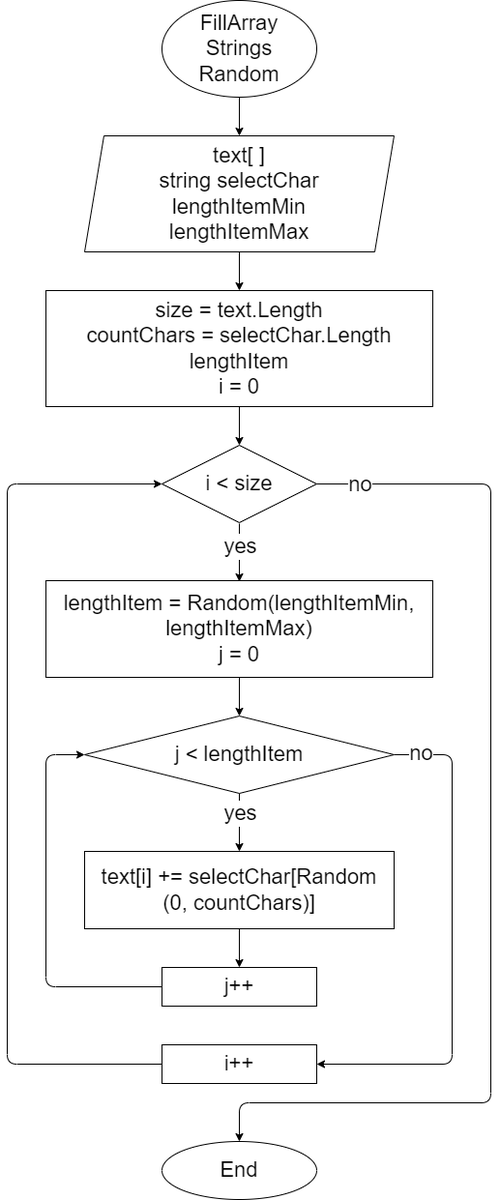
Nadezhda26m/JoinJob_1term_Final keeps this draw.io diagram as diagram.drawio.png. Above is the earlier version. Source tidied: cells renumbered, new cells last; positions are measured from the earlier drawing's top-left corner, leaving out a move shared by most shapes. The source it was exported from:
```xml
<mxGraphModel>
  <root>
    <mxCell id="0" />
    <mxCell id="1" parent="0" />
    <mxCell id="2" style="edgeStyle=none;html=1;entryX=0.5;entryY=0;entryDx=0;entryDy=0;fontSize=22;" parent="1" edge="1" source="3" target="19">
      <mxGeometry relative="1" as="geometry" />
    </mxCell>
    <mxCell id="3" value="FillArray&#10;Strings&#10;Random" style="ellipse;whiteSpace=wrap;fontSize=22;" parent="1" vertex="1">
      <mxGeometry x="160" width="160" height="100" as="geometry" />
    </mxCell>
    <mxCell id="4" style="edgeStyle=none;html=1;entryX=0.5;entryY=0;entryDx=0;entryDy=0;fontSize=22;" parent="1" edge="1" source="5" target="10">
      <mxGeometry relative="1" as="geometry" />
    </mxCell>
    <mxCell id="5" value="size = text.Length&#10;countChars = selectChar.Length&#10;lengthItem&#10;i = 0" style="rounded=0;whiteSpace=wrap;fontSize=22;" parent="1" vertex="1">
      <mxGeometry x="40" y="300" width="400" height="120" as="geometry" />
    </mxCell>
    <mxCell id="6" style="edgeStyle=none;html=1;entryX=0.5;entryY=0;entryDx=0;entryDy=0;fontSize=22;" parent="1" edge="1">
      <mxGeometry relative="1" as="geometry">
        <mxPoint x="240" y="541" as="sourcePoint" />
        <mxPoint x="240" y="601" as="targetPoint" />
      </mxGeometry>
    </mxCell>
    <mxCell id="7" value="yes" style="edgeLabel;html=1;align=center;verticalAlign=middle;fontSize=22;" parent="6" vertex="1">
      <mxGeometry x="-0.48" relative="1" as="geometry">
        <mxPoint y="7" as="offset" />
      </mxGeometry>
    </mxCell>
    <mxCell id="8" style="edgeStyle=none;html=1;entryX=0.5;entryY=0;entryDx=0;entryDy=0;fontSize=22;exitX=1;exitY=0.5;exitDx=0;exitDy=0;" parent="1" edge="1" source="10" target="24">
      <mxGeometry relative="1" as="geometry">
        <Array as="points">
          <mxPoint x="500" y="500" />
          <mxPoint x="500" y="1140" />
          <mxPoint x="240" y="1140" />
        </Array>
      </mxGeometry>
    </mxCell>
    <mxCell id="9" value="no" style="edgeLabel;html=1;align=center;verticalAlign=middle;fontSize=22;" parent="8" vertex="1">
      <mxGeometry x="-0.92" relative="1" as="geometry" />
    </mxCell>
    <mxCell id="10" value="i &lt; size" style="rhombus;whiteSpace=wrap;fontSize=22;" parent="1" vertex="1">
      <mxGeometry x="160" y="460" width="160" height="80" as="geometry" />
    </mxCell>
    <mxCell id="11" style="edgeStyle=none;html=1;entryX=0.5;entryY=0;entryDx=0;entryDy=0;fontSize=22;" parent="1" edge="1" source="12" target="15">
      <mxGeometry relative="1" as="geometry" />
    </mxCell>
    <mxCell id="12" value="lengthItem = Random(lengthItemMin, lengthItemMax)&#10;j = 0" style="rounded=0;whiteSpace=wrap;fontSize=22;" parent="1" vertex="1">
      <mxGeometry x="40" y="600" width="400" height="100" as="geometry" />
    </mxCell>
    <mxCell id="13" style="edgeStyle=none;html=1;entryX=0.5;entryY=0;entryDx=0;entryDy=0;fontSize=22;" parent="1" edge="1" source="15" target="17">
      <mxGeometry relative="1" as="geometry" />
    </mxCell>
    <mxCell id="14" style="edgeStyle=none;html=1;entryX=1;entryY=0.5;entryDx=0;entryDy=0;fontSize=22;exitX=1;exitY=0.5;exitDx=0;exitDy=0;" parent="1" edge="1" source="15" target="23">
      <mxGeometry relative="1" as="geometry">
        <Array as="points">
          <mxPoint x="460" y="780" />
          <mxPoint x="460" y="1100" />
        </Array>
      </mxGeometry>
    </mxCell>
    <mxCell id="15" value="j &lt; lengthItem" style="rhombus;whiteSpace=wrap;fontSize=22;" parent="1" vertex="1">
      <mxGeometry x="80" y="740" width="320" height="80" as="geometry" />
    </mxCell>
    <mxCell id="16" style="edgeStyle=none;html=1;entryX=0.5;entryY=0;entryDx=0;entryDy=0;fontSize=22;" parent="1" edge="1" source="17" target="21">
      <mxGeometry relative="1" as="geometry" />
    </mxCell>
    <mxCell id="17" value="text[i] += selectChar[Random&#10;(0, countChars)]" style="rounded=0;whiteSpace=wrap;fontSize=22;" parent="1" vertex="1">
      <mxGeometry x="80" y="880" width="320" height="80" as="geometry" />
    </mxCell>
    <mxCell id="18" style="edgeStyle=none;html=1;entryX=0.5;entryY=0;entryDx=0;entryDy=0;fontSize=22;" parent="1" edge="1" source="19" target="5">
      <mxGeometry relative="1" as="geometry" />
    </mxCell>
    <mxCell id="19" value="text[ ]&#10;string selectChar&#10;lengthItemMin&#10;lengthItemMax" style="shape=parallelogram;perimeter=parallelogramPerimeter;whiteSpace=wrap;fixedSize=1;fontSize=22;" parent="1" vertex="1">
      <mxGeometry x="80" y="140" width="320" height="120" as="geometry" />
    </mxCell>
    <mxCell id="20" style="edgeStyle=none;html=1;entryX=0;entryY=0.5;entryDx=0;entryDy=0;fontSize=22;" parent="1" edge="1" source="21" target="15">
      <mxGeometry relative="1" as="geometry">
        <Array as="points">
          <mxPoint x="40" y="1020" />
          <mxPoint x="40" y="780" />
        </Array>
      </mxGeometry>
    </mxCell>
    <mxCell id="21" value="j++" style="rounded=0;whiteSpace=wrap;html=1;fontSize=22;" parent="1" vertex="1">
      <mxGeometry x="160" y="1000" width="160" height="40" as="geometry" />
    </mxCell>
    <mxCell id="22" style="edgeStyle=none;html=1;entryX=0;entryY=0.5;entryDx=0;entryDy=0;fontSize=22;exitX=0;exitY=0.5;exitDx=0;exitDy=0;" parent="1" edge="1" source="23" target="10">
      <mxGeometry relative="1" as="geometry">
        <Array as="points">
          <mxPoint y="1100" />
          <mxPoint y="500" />
        </Array>
      </mxGeometry>
    </mxCell>
    <mxCell id="23" value="i++" style="rounded=0;whiteSpace=wrap;html=1;fontSize=22;" parent="1" vertex="1">
      <mxGeometry x="160" y="1080" width="160" height="40" as="geometry" />
    </mxCell>
    <mxCell id="24" value="End" style="ellipse;whiteSpace=wrap;fontSize=22;" parent="1" vertex="1">
      <mxGeometry x="160" y="1180" width="160" height="60" as="geometry" />
    </mxCell>
    <mxCell id="25" value="no" style="edgeLabel;html=1;align=center;verticalAlign=middle;fontSize=22;" parent="1" vertex="1">
      <mxGeometry x="427" y="778" as="geometry" />
    </mxCell>
    <mxCell id="26" value="yes" style="edgeLabel;html=1;align=center;verticalAlign=middle;fontSize=22;" parent="1" vertex="1">
      <mxGeometry x="240" y="840" as="geometry" />
    </mxCell>
  </root>
</mxGraphModel>
```
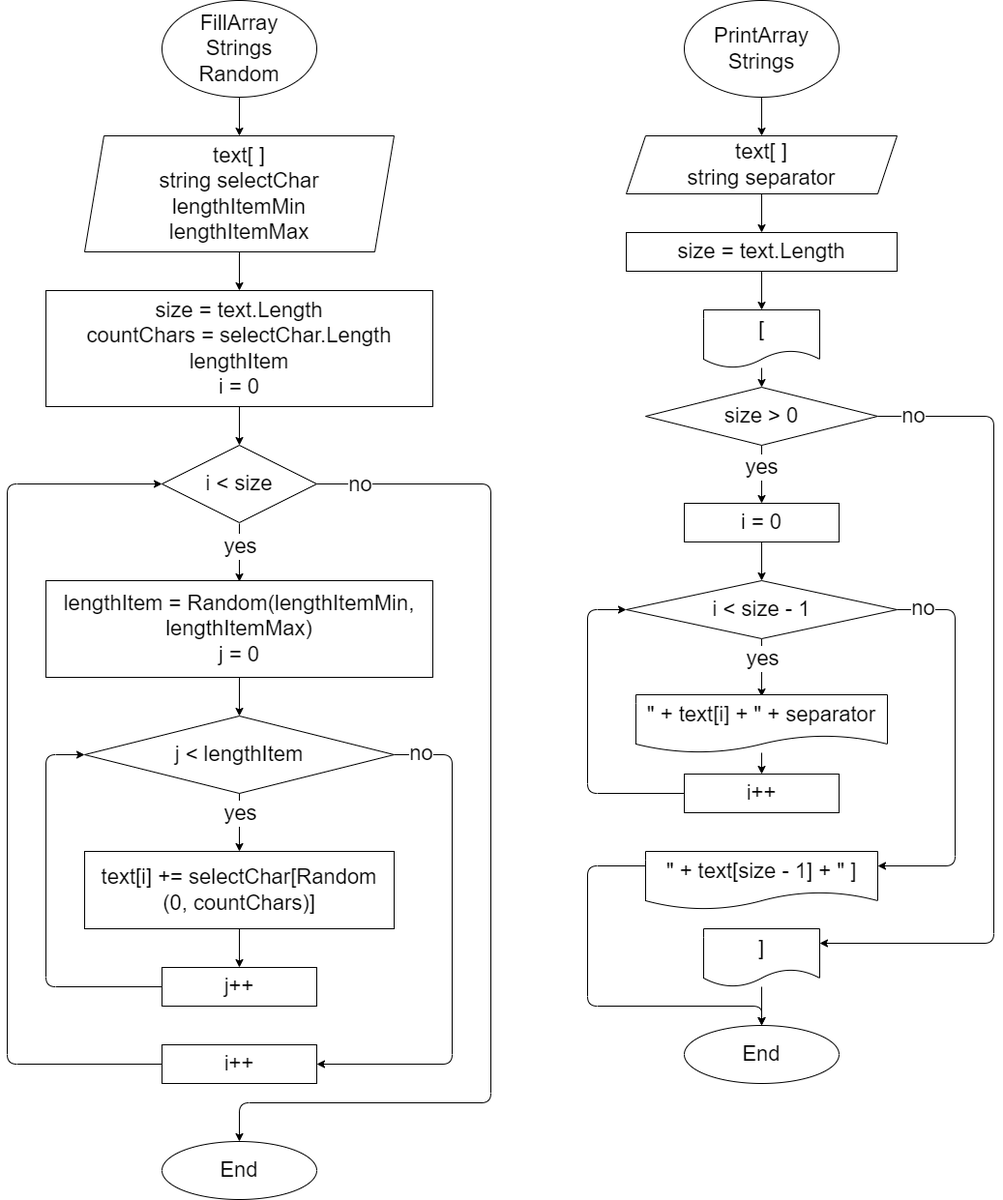
After the commit.

Commit message:
add diagram PrintArrayStrings

Diff of the diagram source:
```diff
@@ -103,5 +103,123 @@
     <mxCell id="26" value="yes" style="edgeLabel;html=1;align=center;verticalAlign=middle;fontSize=22;" parent="1" vertex="1">
       <mxGeometry x="240" y="840" as="geometry" />
     </mxCell>
+    <mxCell id="27" style="edgeStyle=none;html=1;entryX=0.5;entryY=0;entryDx=0;entryDy=0;" parent="1" edge="1" source="28" target="30">
+      <mxGeometry relative="1" as="geometry" />
+    </mxCell>
+    <mxCell id="28" value="PrintArray&#10;Strings" style="ellipse;whiteSpace=wrap;fontSize=22;" parent="1" vertex="1">
+      <mxGeometry x="700" width="160" height="100" as="geometry" />
+    </mxCell>
+    <mxCell id="29" style="edgeStyle=none;html=1;entryX=0.5;entryY=0;entryDx=0;entryDy=0;" parent="1" edge="1" source="30" target="32">
+      <mxGeometry relative="1" as="geometry" />
+    </mxCell>
+    <mxCell id="30" value="text[ ]&#10;string separator" style="shape=parallelogram;perimeter=parallelogramPerimeter;whiteSpace=wrap;fixedSize=1;fontSize=22;" parent="1" vertex="1">
+      <mxGeometry x="640" y="140" width="280" height="60" as="geometry" />
+    </mxCell>
+    <mxCell id="31" style="edgeStyle=none;html=1;entryX=0.5;entryY=0;entryDx=0;entryDy=0;" parent="1" edge="1" source="32">
+      <mxGeometry relative="1" as="geometry">
+        <mxPoint x="780" y="320" as="targetPoint" />
+      </mxGeometry>
+    </mxCell>
+    <mxCell id="32" value="size = text.Length" style="rounded=0;whiteSpace=wrap;fontSize=22;" parent="1" vertex="1">
+      <mxGeometry x="640" y="240" width="280" height="40" as="geometry" />
+    </mxCell>
+    <mxCell id="33" style="edgeStyle=none;html=1;entryX=0.5;entryY=0;entryDx=0;entryDy=0;" parent="1" edge="1" source="37" target="39">
+      <mxGeometry relative="1" as="geometry" />
+    </mxCell>
+    <mxCell id="34" value="yes" style="edgeLabel;html=1;align=center;verticalAlign=middle;fontSize=22;" parent="33" vertex="1">
+      <mxGeometry x="-0.43" y="2" relative="1" as="geometry">
+        <mxPoint x="-3" y="6" as="offset" />
+      </mxGeometry>
+    </mxCell>
+    <mxCell id="35" style="edgeStyle=none;html=1;entryX=1;entryY=0.25;entryDx=0;entryDy=0;exitX=1;exitY=0.5;exitDx=0;exitDy=0;" parent="1" edge="1" source="37" target="55">
+      <mxGeometry relative="1" as="geometry">
+        <Array as="points">
+          <mxPoint x="1020" y="430" />
+          <mxPoint x="1020" y="975" />
+        </Array>
+      </mxGeometry>
+    </mxCell>
+    <mxCell id="36" value="no" style="edgeLabel;html=1;align=center;verticalAlign=middle;fontSize=22;" parent="35" vertex="1">
+      <mxGeometry x="-0.91" y="1" relative="1" as="geometry" />
+    </mxCell>
+    <mxCell id="37" value="size &gt; 0" style="rhombus;whiteSpace=wrap;fontSize=22;" parent="1" vertex="1">
+      <mxGeometry x="660" y="400" width="240" height="60" as="geometry" />
+    </mxCell>
+    <mxCell id="38" style="edgeStyle=none;html=1;entryX=0.5;entryY=0;entryDx=0;entryDy=0;" parent="1" edge="1" source="39" target="42">
+      <mxGeometry relative="1" as="geometry" />
+    </mxCell>
+    <mxCell id="39" value="i = 0" style="rounded=0;whiteSpace=wrap;fontSize=22;" parent="1" vertex="1">
+      <mxGeometry x="700" y="520" width="160" height="40" as="geometry" />
+    </mxCell>
+    <mxCell id="40" style="edgeStyle=none;html=1;entryX=1;entryY=0.25;entryDx=0;entryDy=0;exitX=1;exitY=0.5;exitDx=0;exitDy=0;" parent="1" edge="1" source="42" target="53">
+      <mxGeometry relative="1" as="geometry">
+        <Array as="points">
+          <mxPoint x="980" y="630" />
+          <mxPoint x="980" y="895" />
+        </Array>
+      </mxGeometry>
+    </mxCell>
+    <mxCell id="41" style="edgeStyle=none;html=1;entryX=0.5;entryY=0;entryDx=0;entryDy=0;" parent="1" edge="1" source="42">
+      <mxGeometry relative="1" as="geometry">
+        <mxPoint x="780" y="720" as="targetPoint" />
+      </mxGeometry>
+    </mxCell>
+    <mxCell id="42" value="i &lt; size - 1" style="rhombus;whiteSpace=wrap;fontSize=22;" parent="1" vertex="1">
+      <mxGeometry x="640" y="600" width="280" height="60" as="geometry" />
+    </mxCell>
+    <mxCell id="43" style="edgeStyle=none;html=1;entryX=0;entryY=0.5;entryDx=0;entryDy=0;" parent="1" edge="1" source="44" target="42">
+      <mxGeometry relative="1" as="geometry">
+        <Array as="points">
+          <mxPoint x="600" y="820" />
+          <mxPoint x="600" y="630" />
+        </Array>
+      </mxGeometry>
+    </mxCell>
+    <mxCell id="44" value="i++" style="rounded=0;whiteSpace=wrap;html=1;fontSize=22;" parent="1" vertex="1">
+      <mxGeometry x="700" y="800" width="160" height="40" as="geometry" />
+    </mxCell>
+    <mxCell id="45" style="edgeStyle=none;html=1;entryX=0.5;entryY=0;entryDx=0;entryDy=0;exitX=0;exitY=0.25;exitDx=0;exitDy=0;" parent="1" edge="1" source="53" target="46">
+      <mxGeometry relative="1" as="geometry">
+        <Array as="points">
+          <mxPoint x="600" y="895" />
+          <mxPoint x="600" y="1040" />
+          <mxPoint x="780" y="1040" />
+        </Array>
+      </mxGeometry>
+    </mxCell>
+    <mxCell id="46" value="End" style="ellipse;whiteSpace=wrap;fontSize=22;" parent="1" vertex="1">
+      <mxGeometry x="700" y="1060" width="160" height="60" as="geometry" />
+    </mxCell>
+    <mxCell id="47" value="no" style="edgeLabel;html=1;align=center;verticalAlign=middle;fontSize=22;" parent="1" vertex="1">
+      <mxGeometry x="959" y="445" as="geometry">
+        <mxPoint x="-13" y="183" as="offset" />
+      </mxGeometry>
+    </mxCell>
+    <mxCell id="48" value="yes" style="edgeLabel;html=1;align=center;verticalAlign=middle;fontSize=22;" parent="1" vertex="1">
+      <mxGeometry x="780" y="680" as="geometry" />
+    </mxCell>
+    <mxCell id="49" style="edgeStyle=none;html=1;entryX=0.5;entryY=0;entryDx=0;entryDy=0;fontSize=22;" parent="1" edge="1" source="50" target="37">
+      <mxGeometry relative="1" as="geometry" />
+    </mxCell>
+    <mxCell id="50" value="[" style="shape=document;whiteSpace=wrap;boundedLbl=1;fontSize=22;" parent="1" vertex="1">
+      <mxGeometry x="720" y="320" width="120" height="60" as="geometry" />
+    </mxCell>
+    <mxCell id="51" style="edgeStyle=none;html=1;entryX=0.5;entryY=0;entryDx=0;entryDy=0;fontSize=22;" parent="1" edge="1" source="52" target="44">
+      <mxGeometry relative="1" as="geometry" />
+    </mxCell>
+    <mxCell id="52" value="&quot; + text[i] + &quot; + separator" style="shape=document;whiteSpace=wrap;boundedLbl=1;fontSize=22;" parent="1" vertex="1">
+      <mxGeometry x="650" y="718" width="260" height="60" as="geometry" />
+    </mxCell>
+    <mxCell id="53" value="&quot; + text[size - 1] + &quot; ]" style="shape=document;whiteSpace=wrap;boundedLbl=1;fontSize=22;" parent="1" vertex="1">
+      <mxGeometry x="660" y="880" width="240" height="60" as="geometry" />
+    </mxCell>
+    <mxCell id="54" style="edgeStyle=none;html=1;fontSize=22;" parent="1" edge="1" source="55">
+      <mxGeometry relative="1" as="geometry">
+        <mxPoint x="780" y="1060" as="targetPoint" />
+      </mxGeometry>
+    </mxCell>
+    <mxCell id="55" value="]" style="shape=document;whiteSpace=wrap;boundedLbl=1;fontSize=22;" parent="1" vertex="1">
+      <mxGeometry x="720" y="960" width="120" height="60" as="geometry" />
+    </mxCell>
   </root>
 </mxGraphModel>
```
